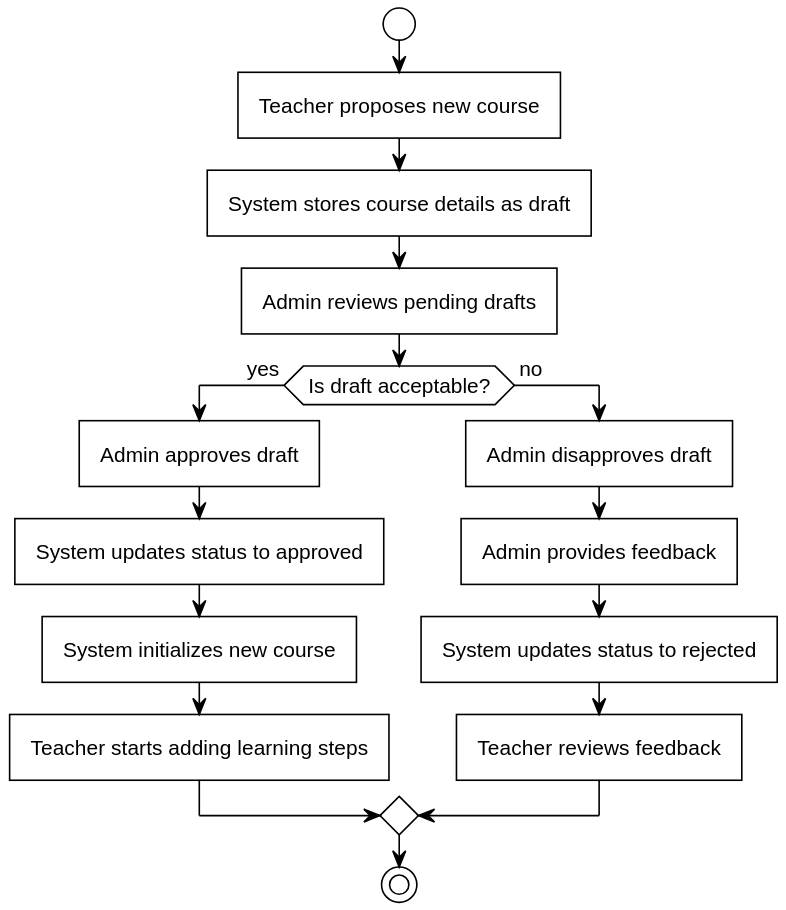
SEPCheesecakeFactory/SEP3 keeps this PlantUML diagram as out/Analysis/ActivityDIagrams/CourseCreationLifecycle/CourseCreationLifecycle.svg. Above is the earlier version. Source of this version:
```plantuml
@startuml
!include https://raw.githubusercontent.com/fredoslav2004/MinimalThemePUML/refs/heads/main/minimal-theme.puml
start
:Teacher proposes new course;
:System stores course details as draft;
:Admin reviews pending drafts;
if (Is draft acceptable?) then (yes)
    :Admin approves draft;
    :System updates status to approved;
    :System initializes new course;
    :Teacher starts adding learning steps;
else (no)
    :Admin disapproves draft;
    :Admin provides feedback;
    :System updates status to rejected;
    :Teacher reviews feedback;
endif
stop
@enduml
```
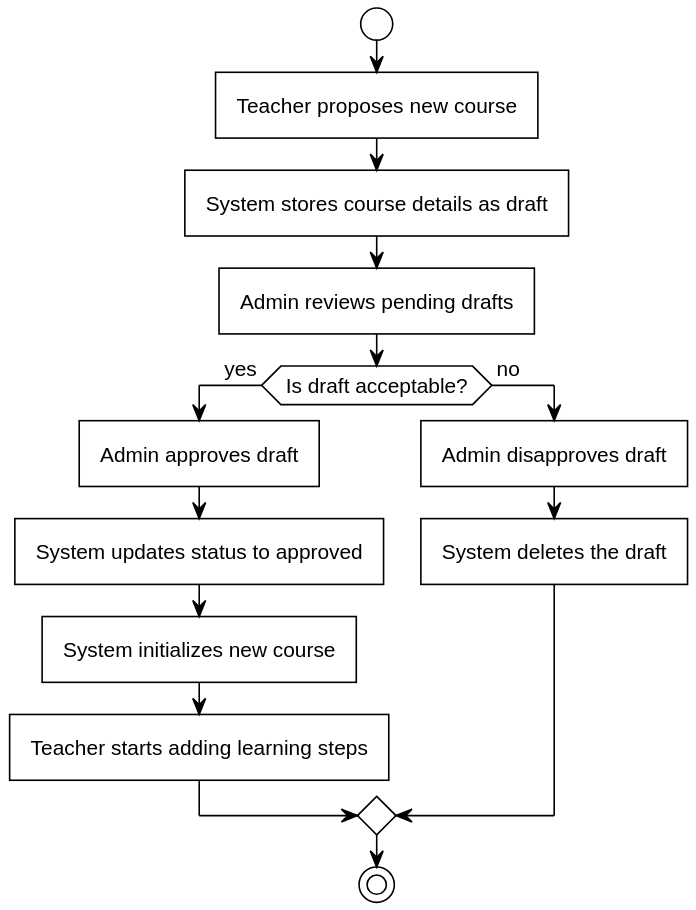
Later version of the same file.

Diff of the diagram source:
```diff
@@ -11,9 +11,7 @@
     :Teacher starts adding learning steps;
 else (no)
     :Admin disapproves draft;
-    :Admin provides feedback;
-    :System updates status to rejected;
-    :Teacher reviews feedback;
+    :System deletes the draft;
 endif
 stop
 @enduml
```
